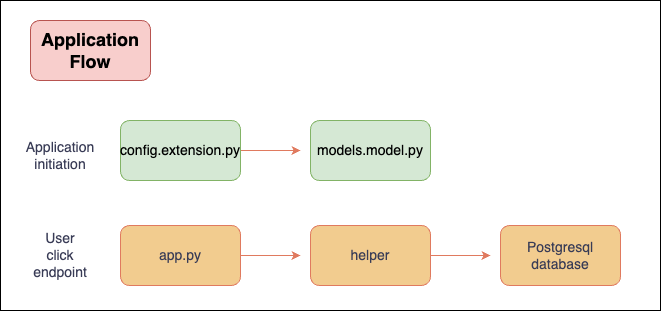
Earlier version of the draw.io export app-flow.drawio.png (she0930she/account-verify-api). Source tidied: cells renumbered, new cells last; positions are measured from the earlier drawing's top-left corner, leaving out a move shared by most shapes.
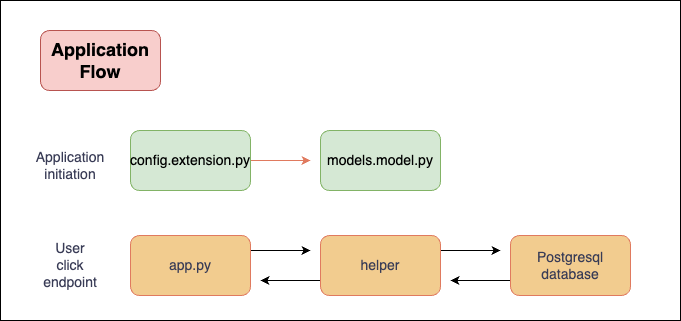
The same diagram one commit later.

Diff of the diagram source:
```diff
@@ -2,9 +2,9 @@
   <root>
     <mxCell id="0" />
     <mxCell id="1" parent="0" />
-    <mxCell id="2" style="rounded=0;whiteSpace=wrap;html=1;" parent="1" vertex="1">
-      <mxGeometry width="660" height="310" as="geometry" />
-    </mxCell>
+    <mxCell id="14" style="rounded=0;whiteSpace=wrap;html=1;" parent="1" vertex="1">
+      <mxGeometry x="-10" y="-10" width="680" height="320" as="geometry" />
+    </mxCell>
     <mxCell id="3" style="edgeStyle=orthogonalEdgeStyle;rounded=0;jettySize=auto;html=1;exitX=1;exitY=0.5;exitDx=0;exitDy=0;labelBackgroundColor=none;strokeColor=#E07A5F;fontColor=default;" parent="1" edge="1" source="4">
       <mxGeometry relative="1" as="geometry">
         <mxPoint x="300" y="150" as="targetPoint" />
@@ -22,22 +22,32 @@
     <mxCell id="7" value="&lt;font style=&quot;font-size: 14px;&quot;&gt;User click endpoint&lt;/font&gt;" style="text;html=1;align=center;verticalAlign=middle;whiteSpace=wrap;rounded=0;labelBackgroundColor=none;fontColor=#393C56;" parent="1" vertex="1">
       <mxGeometry x="30" y="240" width="60" height="30" as="geometry" />
     </mxCell>
-    <mxCell id="8" style="edgeStyle=orthogonalEdgeStyle;rounded=0;jettySize=auto;html=1;exitX=1;exitY=0.5;exitDx=0;exitDy=0;labelBackgroundColor=none;strokeColor=#E07A5F;fontColor=default;" parent="1" edge="1" source="9">
-      <mxGeometry relative="1" as="geometry">
-        <mxPoint x="300" y="255" as="targetPoint" />
-      </mxGeometry>
-    </mxCell>
+    <mxCell id="15" style="edgeStyle=orthogonalEdgeStyle;rounded=0;jettySize=auto;html=1;exitX=1;exitY=0.25;exitDx=0;exitDy=0;" parent="1" edge="1" source="9">
+      <mxGeometry relative="1" as="geometry">
+        <mxPoint x="300" y="240" as="targetPoint" />
+      </mxGeometry>
+    </mxCell>
     <mxCell id="9" value="&lt;font style=&quot;font-size: 14px;&quot;&gt;app.py&lt;/font&gt;" style="rounded=1;whiteSpace=wrap;html=1;labelBackgroundColor=none;fillColor=#F2CC8F;strokeColor=#E07A5F;fontColor=#393C56;" parent="1" vertex="1">
       <mxGeometry x="120" y="225" width="120" height="60" as="geometry" />
     </mxCell>
-    <mxCell id="10" style="edgeStyle=orthogonalEdgeStyle;rounded=0;jettySize=auto;html=1;exitX=1;exitY=0.5;exitDx=0;exitDy=0;labelBackgroundColor=none;strokeColor=#E07A5F;fontColor=default;" parent="1" edge="1" source="11">
-      <mxGeometry relative="1" as="geometry">
-        <mxPoint x="490" y="255" as="targetPoint" />
-      </mxGeometry>
-    </mxCell>
+    <mxCell id="16" style="edgeStyle=orthogonalEdgeStyle;rounded=0;jettySize=auto;html=1;exitX=1;exitY=0.25;exitDx=0;exitDy=0;" parent="1" edge="1" source="11">
+      <mxGeometry relative="1" as="geometry">
+        <mxPoint x="490" y="240" as="targetPoint" />
+      </mxGeometry>
+    </mxCell>
+    <mxCell id="17" style="edgeStyle=orthogonalEdgeStyle;rounded=0;jettySize=auto;html=1;exitX=0;exitY=0.75;exitDx=0;exitDy=0;" parent="1" edge="1" source="11">
+      <mxGeometry relative="1" as="geometry">
+        <mxPoint x="250" y="270" as="targetPoint" />
+      </mxGeometry>
+    </mxCell>
     <mxCell id="11" value="&lt;font style=&quot;font-size: 14px;&quot;&gt;helper&lt;/font&gt;" style="rounded=1;whiteSpace=wrap;html=1;labelBackgroundColor=none;fillColor=#F2CC8F;strokeColor=#E07A5F;fontColor=#393C56;" parent="1" vertex="1">
       <mxGeometry x="310" y="225" width="120" height="60" as="geometry" />
     </mxCell>
+    <mxCell id="18" style="edgeStyle=orthogonalEdgeStyle;rounded=0;jettySize=auto;html=1;exitX=0;exitY=0.75;exitDx=0;exitDy=0;" parent="1" edge="1" source="12">
+      <mxGeometry relative="1" as="geometry">
+        <mxPoint x="440" y="270" as="targetPoint" />
+      </mxGeometry>
+    </mxCell>
     <mxCell id="12" value="&lt;font style=&quot;font-size: 14px;&quot;&gt;Postgresql database&lt;/font&gt;" style="rounded=1;whiteSpace=wrap;html=1;labelBackgroundColor=none;fillColor=#F2CC8F;strokeColor=#E07A5F;fontColor=#393C56;" parent="1" vertex="1">
       <mxGeometry x="500" y="225" width="120" height="60" as="geometry" />
     </mxCell>
```
